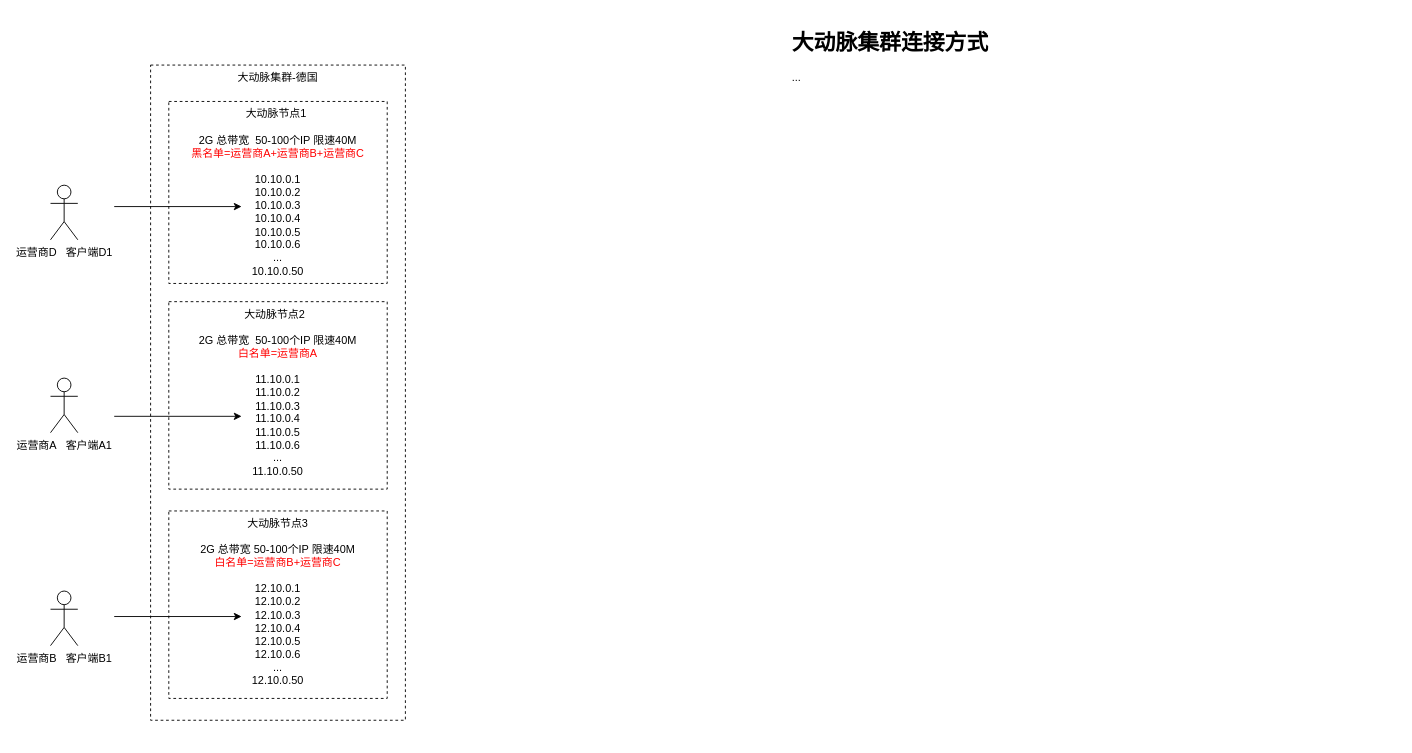
The draw.io diagram JUMPJUMP规划.drawio in stardicky/drawio, before the edit. Source tidied: cells renumbered, new cells numbered last; positions are measured from the earlier drawing's top-left corner, leaving out a move shared by most shapes. Both pictures are drawn from the tidied source at 91%, with x=0, y=0 at pixel (50, 25).
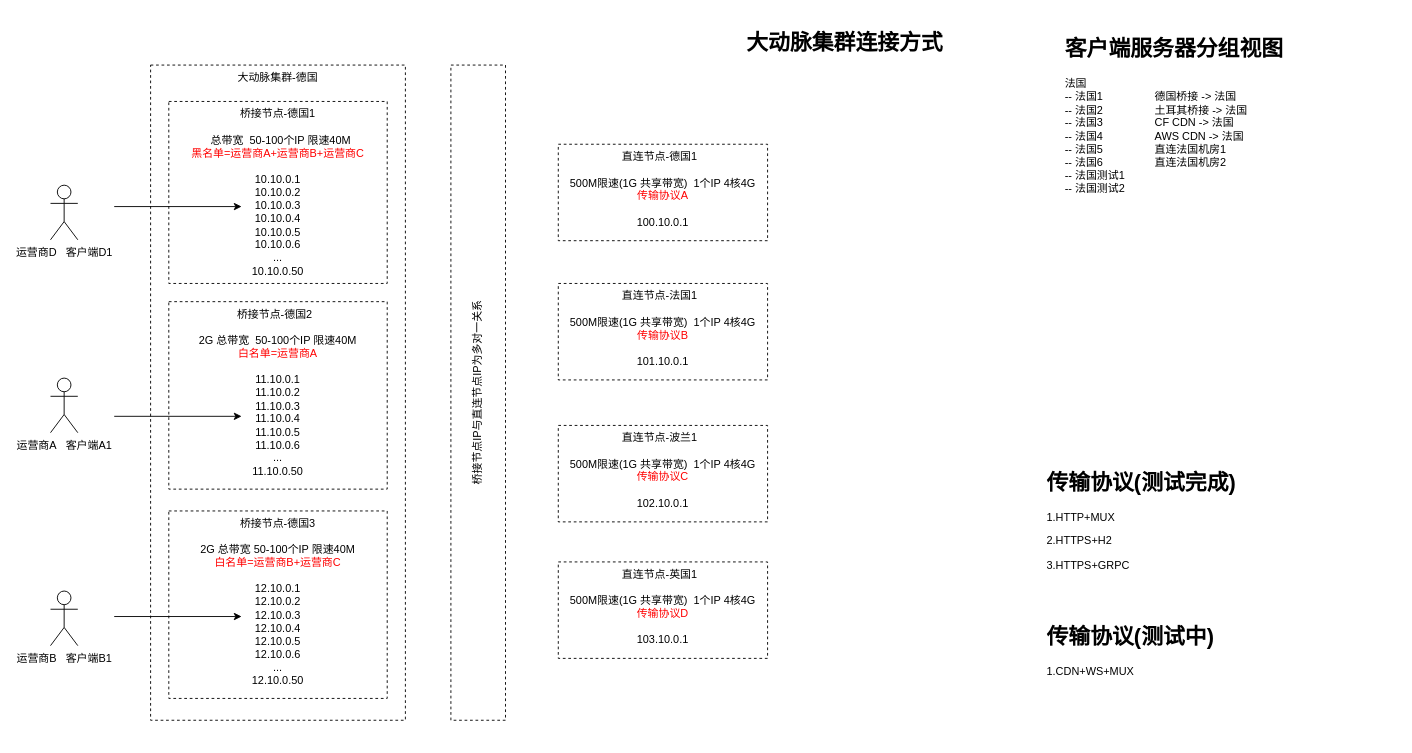
The same diagram, later.

Change to the diagram source:
```diff
@@
-    <mxCell id="4" value="大动脉节点1&amp;nbsp; &lt;br&gt;&lt;br&gt;2G 总带宽&amp;nbsp; 50-100个IP 限速40M&lt;br&gt;&lt;font color=&quot;#ff0000&quot;&gt;黑名单=运营商A+运营商B+运营商C&lt;/font&gt;&lt;br&gt;&lt;br&gt;10.10.0.1&lt;br&gt;10.10.0.2&lt;br&gt;10.10.0.3&lt;br&gt;10.10.0.4&lt;br&gt;10.10.0.5&lt;br style=&quot;border-color: var(--border-color);&quot;&gt;10.10.0.6&lt;br&gt;...&lt;br style=&quot;border-color: var(--border-color);&quot;&gt;10.10.0.50&lt;br&gt;&amp;nbsp;" style="rounded=0;whiteSpace=wrap;html=1;verticalAlign=top;fillColor=none;dashed=1;" parent="1" vertex="1">
+    <mxCell id="4" value="桥接节点-德国1&lt;br&gt;&lt;br&gt;&amp;nbsp; 总带宽&amp;nbsp; 50-100个IP 限速40M&lt;br&gt;&lt;font color=&quot;#ff0000&quot;&gt;黑名单=运营商A+运营商B+运营商C&lt;/font&gt;&lt;br&gt;&lt;br&gt;10.10.0.1&lt;br&gt;10.10.0.2&lt;br&gt;10.10.0.3&lt;br&gt;10.10.0.4&lt;br&gt;10.10.0.5&lt;br style=&quot;border-color: var(--border-color);&quot;&gt;10.10.0.6&lt;br&gt;...&lt;br style=&quot;border-color: var(--border-color);&quot;&gt;10.10.0.50&lt;br&gt;&amp;nbsp;" style="rounded=0;whiteSpace=wrap;html=1;verticalAlign=top;fillColor=none;dashed=1;" parent="1" vertex="1">
       <mxGeometry x="130" y="84" width="240" height="200" as="geometry" />
     </mxCell>
-    <mxCell id="5" value="大动脉节点2&amp;nbsp;&amp;nbsp;&lt;br&gt;&lt;br&gt;2G 总带宽&amp;nbsp; 50-100个IP 限速40M&lt;br&gt;&lt;font color=&quot;#ff0000&quot;&gt;白名单=运营商A&lt;/font&gt;&lt;br&gt;&lt;br&gt;11.10.0.1&lt;br&gt;11.10.0.2&lt;br&gt;11.10.0.3&lt;br&gt;11.10.0.4&lt;br&gt;11.10.0.5&lt;br style=&quot;border-color: var(--border-color);&quot;&gt;11.10.0.6&lt;br&gt;...&lt;br style=&quot;border-color: var(--border-color);&quot;&gt;11.10.0.50&lt;br&gt;&amp;nbsp;" style="rounded=0;whiteSpace=wrap;html=1;verticalAlign=top;fillColor=none;dashed=1;" parent="1" vertex="1">
+    <mxCell id="5" value="桥接节点-德国2&amp;nbsp;&amp;nbsp;&lt;br&gt;&lt;br&gt;2G 总带宽&amp;nbsp; 50-100个IP 限速40M&lt;br&gt;&lt;font color=&quot;#ff0000&quot;&gt;白名单=运营商A&lt;/font&gt;&lt;br&gt;&lt;br&gt;11.10.0.1&lt;br&gt;11.10.0.2&lt;br&gt;11.10.0.3&lt;br&gt;11.10.0.4&lt;br&gt;11.10.0.5&lt;br style=&quot;border-color: var(--border-color);&quot;&gt;11.10.0.6&lt;br&gt;...&lt;br style=&quot;border-color: var(--border-color);&quot;&gt;11.10.0.50&lt;br&gt;&amp;nbsp;" style="rounded=0;whiteSpace=wrap;html=1;verticalAlign=top;fillColor=none;dashed=1;" parent="1" vertex="1">
       <mxGeometry x="130" y="304" width="240" height="206" as="geometry" />
     </mxCell>
-    <mxCell id="6" value="大动脉节点3&lt;br&gt;&lt;br&gt;2G 总带宽 50-100个IP 限速40M&lt;br&gt;&lt;font color=&quot;#ff0000&quot;&gt;白名单=运营商B+运营商C&lt;/font&gt;&lt;br&gt;&lt;br&gt;12.10.0.1&lt;br&gt;12.10.0.2&lt;br&gt;12.10.0.3&lt;br&gt;12.10.0.4&lt;br&gt;12.10.0.5&lt;br style=&quot;border-color: var(--border-color);&quot;&gt;12.10.0.6&lt;br&gt;...&lt;br style=&quot;border-color: var(--border-color);&quot;&gt;12.10.0.50&lt;br&gt;&amp;nbsp;" style="rounded=0;whiteSpace=wrap;html=1;verticalAlign=top;fillColor=none;dashed=1;" parent="1" vertex="1">
+    <mxCell id="6" value="桥接节点-德国3&lt;br&gt;&lt;br&gt;2G 总带宽 50-100个IP 限速40M&lt;br&gt;&lt;font color=&quot;#ff0000&quot;&gt;白名单=运营商B+运营商C&lt;/font&gt;&lt;br&gt;&lt;br&gt;12.10.0.1&lt;br&gt;12.10.0.2&lt;br&gt;12.10.0.3&lt;br&gt;12.10.0.4&lt;br&gt;12.10.0.5&lt;br style=&quot;border-color: var(--border-color);&quot;&gt;12.10.0.6&lt;br&gt;...&lt;br style=&quot;border-color: var(--border-color);&quot;&gt;12.10.0.50&lt;br&gt;&amp;nbsp;" style="rounded=0;whiteSpace=wrap;html=1;verticalAlign=top;fillColor=none;dashed=1;" parent="1" vertex="1">
       <mxGeometry x="130" y="534" width="240" height="206" as="geometry" />
     </mxCell>
@@
-    <mxCell id="12" value="&lt;h1&gt;大动脉集群连接方式&lt;/h1&gt;&lt;div&gt;...&lt;/div&gt;&lt;p&gt;&lt;/p&gt;" style="text;html=1;strokeColor=none;fillColor=none;spacing=5;spacingTop=-20;whiteSpace=wrap;overflow=hidden;rounded=0;" parent="1" vertex="1">
-      <mxGeometry x="810" width="270" height="80" as="geometry" />
+    <mxCell id="12" value="&lt;h1&gt;大动脉集群连接方式&lt;/h1&gt;&lt;p&gt;&lt;/p&gt;" style="text;html=1;strokeColor=none;fillColor=none;spacing=5;spacingTop=-20;whiteSpace=wrap;overflow=hidden;rounded=0;" parent="1" vertex="1">
+      <mxGeometry x="760" width="270" height="80" as="geometry" />
     </mxCell>
+    <mxCell id="13" value="直连节点-德国1&amp;nbsp;&amp;nbsp;&lt;br&gt;&lt;br&gt;500M限速(1G 共享带宽)&amp;nbsp; 1个IP 4核4G&lt;br&gt;&lt;font color=&quot;#ff0000&quot;&gt;传输协议A&lt;/font&gt;&lt;br&gt;&lt;br&gt;100.10.0.1&lt;br&gt;&amp;nbsp;" style="rounded=0;whiteSpace=wrap;html=1;verticalAlign=top;fillColor=none;dashed=1;" parent="1" vertex="1">
+      <mxGeometry x="558" y="131" width="230" height="106" as="geometry" />
+    </mxCell>
+    <mxCell id="14" value="直连节点-法国1&amp;nbsp;&amp;nbsp;&lt;br&gt;&lt;br&gt;500M限速(1G 共享带宽)&amp;nbsp; 1个IP 4核4G&lt;br&gt;&lt;font color=&quot;#ff0000&quot;&gt;传输协议B&lt;/font&gt;&lt;br&gt;&lt;br&gt;101.10.0.1&lt;br&gt;&amp;nbsp;" style="rounded=0;whiteSpace=wrap;html=1;verticalAlign=top;fillColor=none;dashed=1;" parent="1" vertex="1">
+      <mxGeometry x="558" y="284" width="230" height="106" as="geometry" />
+    </mxCell>
+    <mxCell id="15" value="直连节点-波兰1&amp;nbsp;&amp;nbsp;&lt;br&gt;&lt;br&gt;500M限速(1G 共享带宽)&amp;nbsp; 1个IP 4核4G&lt;br&gt;&lt;font color=&quot;#ff0000&quot;&gt;传输协议C&lt;/font&gt;&lt;br&gt;&lt;br&gt;102.10.0.1&lt;br&gt;&amp;nbsp;" style="rounded=0;whiteSpace=wrap;html=1;verticalAlign=top;fillColor=none;dashed=1;" parent="1" vertex="1">
+      <mxGeometry x="558" y="440" width="230" height="106" as="geometry" />
+    </mxCell>
+    <mxCell id="16" value="直连节点-英国1&amp;nbsp;&amp;nbsp;&lt;br&gt;&lt;br&gt;500M限速(1G 共享带宽)&amp;nbsp; 1个IP 4核4G&lt;br&gt;&lt;font color=&quot;#ff0000&quot;&gt;传输协议D&lt;/font&gt;&lt;br&gt;&lt;br&gt;103.10.0.1&lt;br&gt;&amp;nbsp;" style="rounded=0;whiteSpace=wrap;html=1;verticalAlign=top;fillColor=none;dashed=1;" parent="1" vertex="1">
+      <mxGeometry x="558" y="590" width="230" height="106" as="geometry" />
+    </mxCell>
+    <mxCell id="17" value="&lt;h1&gt;传输协议(测试完成)&lt;/h1&gt;&lt;p&gt;1.HTTP+MUX&lt;/p&gt;&lt;p&gt;2.HTTPS+H2&lt;/p&gt;&lt;p&gt;3.HTTPS+GRPC&lt;/p&gt;" style="text;html=1;strokeColor=none;fillColor=none;spacing=5;spacingTop=-20;whiteSpace=wrap;overflow=hidden;rounded=0;" parent="1" vertex="1">
+      <mxGeometry x="1090" y="483" width="230" height="130" as="geometry" />
+    </mxCell>
+    <mxCell id="18" value="&lt;h1&gt;传输协议(测试中)&lt;/h1&gt;&lt;p&gt;1.CDN+WS+MUX&lt;br&gt;&lt;/p&gt;" style="text;html=1;strokeColor=none;fillColor=none;spacing=5;spacingTop=-20;whiteSpace=wrap;overflow=hidden;rounded=0;" parent="1" vertex="1">
+      <mxGeometry x="1090" y="653" width="220" height="130" as="geometry" />
+    </mxCell>
+    <mxCell id="19" value="桥接节点IP与直连节点IP为多对一关系" style="rounded=0;whiteSpace=wrap;html=1;rotation=-90;dashed=1;" parent="1" vertex="1">
+      <mxGeometry x="110" y="374" width="720" height="60" as="geometry" />
+    </mxCell>
+    <mxCell id="20" value="&lt;h1&gt;客户端服务器分组视图&lt;/h1&gt;&lt;div&gt;法国&lt;/div&gt;&lt;div&gt;-- 法国1&amp;nbsp;&lt;span style=&quot;&quot;&gt;&lt;span style=&quot;&quot;&gt;&amp;nbsp;&amp;nbsp;&amp;nbsp;&amp;nbsp;&lt;/span&gt;&lt;/span&gt;&lt;span style=&quot;&quot;&gt;&lt;span style=&quot;&quot;&gt;&amp;nbsp;&amp;nbsp;&amp;nbsp;&amp;nbsp;&lt;/span&gt;&lt;/span&gt;&lt;span style=&quot;&quot;&gt;&lt;span style=&quot;&quot;&gt;&amp;nbsp;&amp;nbsp;&amp;nbsp;&amp;nbsp;&lt;/span&gt;&lt;/span&gt;&lt;span style=&quot;&quot;&gt;&lt;span style=&quot;&quot;&gt;&amp;nbsp;&amp;nbsp;&amp;nbsp;&amp;nbsp;&lt;/span&gt;&lt;/span&gt;德国桥接 -&amp;gt; 法国&lt;span style=&quot;&quot;&gt;&lt;span style=&quot;&quot;&gt;&amp;nbsp;&amp;nbsp;&amp;nbsp;&amp;nbsp;&lt;/span&gt;&lt;/span&gt;&lt;span style=&quot;&quot;&gt;&lt;span style=&quot;&quot;&gt;&amp;nbsp; &amp;nbsp; &amp;nbsp; &amp;nbsp;&amp;nbsp;&lt;/span&gt;&lt;/span&gt;&lt;/div&gt;&lt;div&gt;-- 法国2&amp;nbsp;&lt;span style=&quot;&quot;&gt;&amp;nbsp;&amp;nbsp;&amp;nbsp;&amp;nbsp;&lt;/span&gt;&lt;span style=&quot;border-color: var(--border-color);&quot;&gt;&lt;span style=&quot;&quot;&gt;&amp;nbsp;&amp;nbsp;&amp;nbsp;&amp;nbsp;&lt;/span&gt;&lt;/span&gt;&lt;span style=&quot;border-color: var(--border-color);&quot;&gt;&lt;span style=&quot;&quot;&gt;&amp;nbsp;&amp;nbsp;&amp;nbsp;&amp;nbsp;&lt;/span&gt;&lt;/span&gt;&lt;span style=&quot;border-color: var(--border-color);&quot;&gt;&lt;span style=&quot;&quot;&gt;&amp;nbsp;&amp;nbsp;&amp;nbsp;&amp;nbsp;土耳其&lt;/span&gt;&lt;/span&gt;桥接 -&amp;gt; 法国&lt;br&gt;&lt;/div&gt;&lt;div&gt;-- 法国3&amp;nbsp; &amp;nbsp; &amp;nbsp; &amp;nbsp; &amp;nbsp; &amp;nbsp; &amp;nbsp; &amp;nbsp; &amp;nbsp;CF CDN -&amp;gt; 法国&lt;/div&gt;&lt;div&gt;-- 法国4&amp;nbsp; &amp;nbsp; &amp;nbsp; &amp;nbsp; &amp;nbsp; &amp;nbsp; &amp;nbsp; &amp;nbsp; &amp;nbsp;AWS CDN -&amp;gt; 法国&lt;br&gt;&lt;/div&gt;&lt;div&gt;-- 法国5&amp;nbsp; &amp;nbsp; &amp;nbsp; &amp;nbsp; &amp;nbsp; &amp;nbsp; &amp;nbsp; &amp;nbsp; &amp;nbsp;直连法国机房1&lt;/div&gt;&lt;div&gt;&lt;span style=&quot;background-color: initial;&quot;&gt;-- 法国6&amp;nbsp; &amp;nbsp; &amp;nbsp; &amp;nbsp; &amp;nbsp; &amp;nbsp; &amp;nbsp; &amp;nbsp; &amp;nbsp;直连法国机房2&lt;/span&gt;&lt;/div&gt;&lt;div&gt;&lt;span style=&quot;background-color: initial;&quot;&gt;-- 法国测试1&amp;nbsp; &amp;nbsp; &amp;nbsp; &amp;nbsp; &amp;nbsp;&amp;nbsp;&lt;/span&gt;&lt;/div&gt;&lt;div&gt;-- 法国测试2&amp;nbsp; &amp;nbsp; &amp;nbsp; &amp;nbsp; &amp;nbsp;&amp;nbsp;&lt;span style=&quot;background-color: initial;&quot;&gt;&lt;br&gt;&lt;/span&gt;&lt;/div&gt;" style="text;html=1;strokeColor=none;fillColor=none;spacing=5;spacingTop=-20;whiteSpace=wrap;overflow=hidden;rounded=0;" parent="1" vertex="1">
+      <mxGeometry x="1110" y="7" width="370" height="193" as="geometry" />
+    </mxCell>
```
